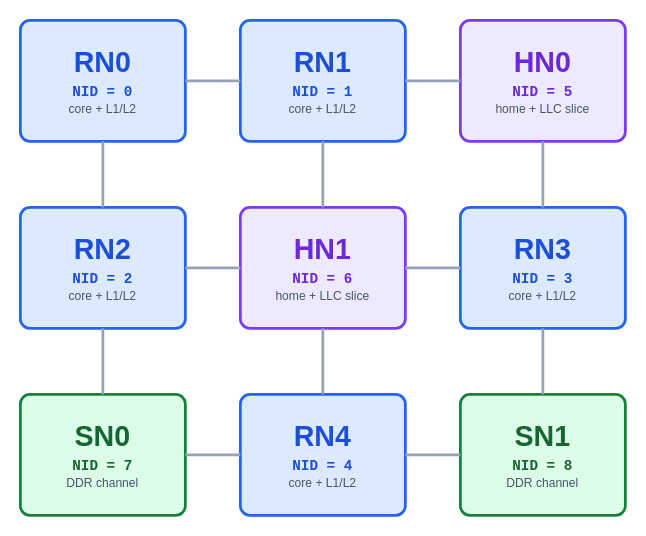
The draw.io diagram ruby-book/resources/chi_network_layer.drawio in ripopov/gem5, before the edit. Source tidied: cells renumbered, new cells numbered last; positions are measured from the earlier drawing's top-left corner, leaving out a move shared by most shapes. Both pictures are drawn from the tidied source at 110%, with x=0, y=0 at pixel (20, 20).
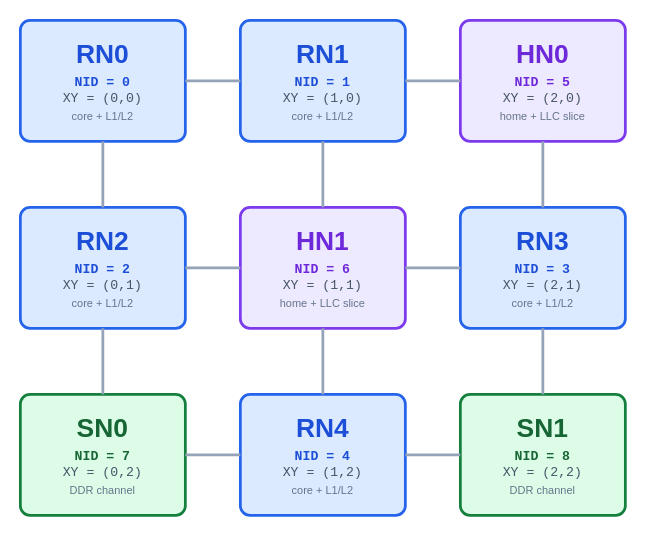
The same page after the edit.

What changed in the source:
```diff
@@
-    <mxCell id="2" value="&lt;b style=&quot;font-size:26px&quot;&gt;RN0&lt;/b&gt;&lt;div style=&quot;font-family:monospace;font-size:13px;color:#1d4ed8;font-weight:bold;margin-top:4px&quot;&gt;NID = 0&lt;/div&gt;&lt;div style=&quot;font-size:11px;font-weight:normal;color:#475569;margin-top:2px&quot;&gt;core + L1/L2&lt;/div&gt;" style="rounded=1;whiteSpace=wrap;html=1;fillColor=#DBEAFE;strokeColor=#2563eb;strokeWidth=2.5;verticalAlign=middle;fontSize=14;fontColor=#1d4ed8;arcSize=8;" parent="1" vertex="1">
+    <mxCell id="2" value="&lt;b style=&quot;font-size:24px&quot;&gt;RN0&lt;/b&gt;&lt;div style=&quot;font-family:monospace;font-size:12px;color:#1d4ed8;font-weight:bold;margin-top:4px&quot;&gt;NID = 0&lt;/div&gt;&lt;div style=&quot;font-family:monospace;font-size:12px;color:#475569;margin-top:1px&quot;&gt;XY = (0,0)&lt;/div&gt;&lt;div style=&quot;font-size:10px;font-weight:normal;color:#64748b;margin-top:3px&quot;&gt;core + L1/L2&lt;/div&gt;" style="rounded=1;whiteSpace=wrap;html=1;fillColor=#DBEAFE;strokeColor=#2563eb;strokeWidth=2.5;verticalAlign=middle;fontSize=14;fontColor=#1d4ed8;arcSize=8;" parent="1" vertex="1">
       <mxGeometry width="150" height="110" as="geometry" />
     </mxCell>
-    <mxCell id="3" value="&lt;b style=&quot;font-size:26px&quot;&gt;RN1&lt;/b&gt;&lt;div style=&quot;font-family:monospace;font-size:13px;color:#1d4ed8;font-weight:bold;margin-top:4px&quot;&gt;NID = 1&lt;/div&gt;&lt;div style=&quot;font-size:11px;font-weight:normal;color:#475569;margin-top:2px&quot;&gt;core + L1/L2&lt;/div&gt;" style="rounded=1;whiteSpace=wrap;html=1;fillColor=#DBEAFE;strokeColor=#2563eb;strokeWidth=2.5;verticalAlign=middle;fontSize=14;fontColor=#1d4ed8;arcSize=8;" parent="1" vertex="1">
+    <mxCell id="3" value="&lt;b style=&quot;font-size:24px&quot;&gt;RN1&lt;/b&gt;&lt;div style=&quot;font-family:monospace;font-size:12px;color:#1d4ed8;font-weight:bold;margin-top:4px&quot;&gt;NID = 1&lt;/div&gt;&lt;div style=&quot;font-family:monospace;font-size:12px;color:#475569;margin-top:1px&quot;&gt;XY = (1,0)&lt;/div&gt;&lt;div style=&quot;font-size:10px;font-weight:normal;color:#64748b;margin-top:3px&quot;&gt;core + L1/L2&lt;/div&gt;" style="rounded=1;whiteSpace=wrap;html=1;fillColor=#DBEAFE;strokeColor=#2563eb;strokeWidth=2.5;verticalAlign=middle;fontSize=14;fontColor=#1d4ed8;arcSize=8;" parent="1" vertex="1">
       <mxGeometry x="200" width="150" height="110" as="geometry" />
     </mxCell>
-    <mxCell id="4" value="&lt;b style=&quot;font-size:26px&quot;&gt;HN0&lt;/b&gt;&lt;div style=&quot;font-family:monospace;font-size:13px;color:#6d28d9;font-weight:bold;margin-top:4px&quot;&gt;NID = 5&lt;/div&gt;&lt;div style=&quot;font-size:11px;font-weight:normal;color:#475569;margin-top:2px&quot;&gt;home + LLC slice&lt;/div&gt;" style="rounded=1;whiteSpace=wrap;html=1;fillColor=#EDE9FE;strokeColor=#7c3aed;strokeWidth=2.5;verticalAlign=middle;fontSize=14;fontColor=#6d28d9;arcSize=8;" parent="1" vertex="1">
+    <mxCell id="4" value="&lt;b style=&quot;font-size:24px&quot;&gt;HN0&lt;/b&gt;&lt;div style=&quot;font-family:monospace;font-size:12px;color:#6d28d9;font-weight:bold;margin-top:4px&quot;&gt;NID = 5&lt;/div&gt;&lt;div style=&quot;font-family:monospace;font-size:12px;color:#475569;margin-top:1px&quot;&gt;XY = (2,0)&lt;/div&gt;&lt;div style=&quot;font-size:10px;font-weight:normal;color:#64748b;margin-top:3px&quot;&gt;home + LLC slice&lt;/div&gt;" style="rounded=1;whiteSpace=wrap;html=1;fillColor=#EDE9FE;strokeColor=#7c3aed;strokeWidth=2.5;verticalAlign=middle;fontSize=14;fontColor=#6d28d9;arcSize=8;" parent="1" vertex="1">
       <mxGeometry x="400" width="150" height="110" as="geometry" />
     </mxCell>
-    <mxCell id="5" value="&lt;b style=&quot;font-size:26px&quot;&gt;RN2&lt;/b&gt;&lt;div style=&quot;font-family:monospace;font-size:13px;color:#1d4ed8;font-weight:bold;margin-top:4px&quot;&gt;NID = 2&lt;/div&gt;&lt;div style=&quot;font-size:11px;font-weight:normal;color:#475569;margin-top:2px&quot;&gt;core + L1/L2&lt;/div&gt;" style="rounded=1;whiteSpace=wrap;html=1;fillColor=#DBEAFE;strokeColor=#2563eb;strokeWidth=2.5;verticalAlign=middle;fontSize=14;fontColor=#1d4ed8;arcSize=8;" parent="1" vertex="1">
+    <mxCell id="5" value="&lt;b style=&quot;font-size:24px&quot;&gt;RN2&lt;/b&gt;&lt;div style=&quot;font-family:monospace;font-size:12px;color:#1d4ed8;font-weight:bold;margin-top:4px&quot;&gt;NID = 2&lt;/div&gt;&lt;div style=&quot;font-family:monospace;font-size:12px;color:#475569;margin-top:1px&quot;&gt;XY = (0,1)&lt;/div&gt;&lt;div style=&quot;font-size:10px;font-weight:normal;color:#64748b;margin-top:3px&quot;&gt;core + L1/L2&lt;/div&gt;" style="rounded=1;whiteSpace=wrap;html=1;fillColor=#DBEAFE;strokeColor=#2563eb;strokeWidth=2.5;verticalAlign=middle;fontSize=14;fontColor=#1d4ed8;arcSize=8;" parent="1" vertex="1">
       <mxGeometry y="170" width="150" height="110" as="geometry" />
     </mxCell>
-    <mxCell id="6" value="&lt;b style=&quot;font-size:26px&quot;&gt;HN1&lt;/b&gt;&lt;div style=&quot;font-family:monospace;font-size:13px;color:#6d28d9;font-weight:bold;margin-top:4px&quot;&gt;NID = 6&lt;/div&gt;&lt;div style=&quot;font-size:11px;font-weight:normal;color:#475569;margin-top:2px&quot;&gt;home + LLC slice&lt;/div&gt;" style="rounded=1;whiteSpace=wrap;html=1;fillColor=#EDE9FE;strokeColor=#7c3aed;strokeWidth=2.5;verticalAlign=middle;fontSize=14;fontColor=#6d28d9;arcSize=8;" parent="1" vertex="1">
+    <mxCell id="6" value="&lt;b style=&quot;font-size:24px&quot;&gt;HN1&lt;/b&gt;&lt;div style=&quot;font-family:monospace;font-size:12px;color:#6d28d9;font-weight:bold;margin-top:4px&quot;&gt;NID = 6&lt;/div&gt;&lt;div style=&quot;font-family:monospace;font-size:12px;color:#475569;margin-top:1px&quot;&gt;XY = (1,1)&lt;/div&gt;&lt;div style=&quot;font-size:10px;font-weight:normal;color:#64748b;margin-top:3px&quot;&gt;home + LLC slice&lt;/div&gt;" style="rounded=1;whiteSpace=wrap;html=1;fillColor=#EDE9FE;strokeColor=#7c3aed;strokeWidth=2.5;verticalAlign=middle;fontSize=14;fontColor=#6d28d9;arcSize=8;" parent="1" vertex="1">
       <mxGeometry x="200" y="170" width="150" height="110" as="geometry" />
     </mxCell>
-    <mxCell id="7" value="&lt;b style=&quot;font-size:26px&quot;&gt;RN3&lt;/b&gt;&lt;div style=&quot;font-family:monospace;font-size:13px;color:#1d4ed8;font-weight:bold;margin-top:4px&quot;&gt;NID = 3&lt;/div&gt;&lt;div style=&quot;font-size:11px;font-weight:normal;color:#475569;margin-top:2px&quot;&gt;core + L1/L2&lt;/div&gt;" style="rounded=1;whiteSpace=wrap;html=1;fillColor=#DBEAFE;strokeColor=#2563eb;strokeWidth=2.5;verticalAlign=middle;fontSize=14;fontColor=#1d4ed8;arcSize=8;" parent="1" vertex="1">
+    <mxCell id="7" value="&lt;b style=&quot;font-size:24px&quot;&gt;RN3&lt;/b&gt;&lt;div style=&quot;font-family:monospace;font-size:12px;color:#1d4ed8;font-weight:bold;margin-top:4px&quot;&gt;NID = 3&lt;/div&gt;&lt;div style=&quot;font-family:monospace;font-size:12px;color:#475569;margin-top:1px&quot;&gt;XY = (2,1)&lt;/div&gt;&lt;div style=&quot;font-size:10px;font-weight:normal;color:#64748b;margin-top:3px&quot;&gt;core + L1/L2&lt;/div&gt;" style="rounded=1;whiteSpace=wrap;html=1;fillColor=#DBEAFE;strokeColor=#2563eb;strokeWidth=2.5;verticalAlign=middle;fontSize=14;fontColor=#1d4ed8;arcSize=8;" parent="1" vertex="1">
       <mxGeometry x="400" y="170" width="150" height="110" as="geometry" />
     </mxCell>
-    <mxCell id="8" value="&lt;b style=&quot;font-size:26px&quot;&gt;SN0&lt;/b&gt;&lt;div style=&quot;font-family:monospace;font-size:13px;color:#166534;font-weight:bold;margin-top:4px&quot;&gt;NID = 7&lt;/div&gt;&lt;div style=&quot;font-size:11px;font-weight:normal;color:#475569;margin-top:2px&quot;&gt;DDR channel&lt;/div&gt;" style="rounded=1;whiteSpace=wrap;html=1;fillColor=#DCFCE7;strokeColor=#15803d;strokeWidth=2.5;verticalAlign=middle;fontSize=14;fontColor=#166534;arcSize=8;" parent="1" vertex="1">
+    <mxCell id="8" value="&lt;b style=&quot;font-size:24px&quot;&gt;SN0&lt;/b&gt;&lt;div style=&quot;font-family:monospace;font-size:12px;color:#166534;font-weight:bold;margin-top:4px&quot;&gt;NID = 7&lt;/div&gt;&lt;div style=&quot;font-family:monospace;font-size:12px;color:#475569;margin-top:1px&quot;&gt;XY = (0,2)&lt;/div&gt;&lt;div style=&quot;font-size:10px;font-weight:normal;color:#64748b;margin-top:3px&quot;&gt;DDR channel&lt;/div&gt;" style="rounded=1;whiteSpace=wrap;html=1;fillColor=#DCFCE7;strokeColor=#15803d;strokeWidth=2.5;verticalAlign=middle;fontSize=14;fontColor=#166534;arcSize=8;" parent="1" vertex="1">
       <mxGeometry y="340" width="150" height="110" as="geometry" />
     </mxCell>
-    <mxCell id="9" value="&lt;b style=&quot;font-size:26px&quot;&gt;RN4&lt;/b&gt;&lt;div style=&quot;font-family:monospace;font-size:13px;color:#1d4ed8;font-weight:bold;margin-top:4px&quot;&gt;NID = 4&lt;/div&gt;&lt;div style=&quot;font-size:11px;font-weight:normal;color:#475569;margin-top:2px&quot;&gt;core + L1/L2&lt;/div&gt;" style="rounded=1;whiteSpace=wrap;html=1;fillColor=#DBEAFE;strokeColor=#2563eb;strokeWidth=2.5;verticalAlign=middle;fontSize=14;fontColor=#1d4ed8;arcSize=8;" parent="1" vertex="1">
+    <mxCell id="9" value="&lt;b style=&quot;font-size:24px&quot;&gt;RN4&lt;/b&gt;&lt;div style=&quot;font-family:monospace;font-size:12px;color:#1d4ed8;font-weight:bold;margin-top:4px&quot;&gt;NID = 4&lt;/div&gt;&lt;div style=&quot;font-family:monospace;font-size:12px;color:#475569;margin-top:1px&quot;&gt;XY = (1,2)&lt;/div&gt;&lt;div style=&quot;font-size:10px;font-weight:normal;color:#64748b;margin-top:3px&quot;&gt;core + L1/L2&lt;/div&gt;" style="rounded=1;whiteSpace=wrap;html=1;fillColor=#DBEAFE;strokeColor=#2563eb;strokeWidth=2.5;verticalAlign=middle;fontSize=14;fontColor=#1d4ed8;arcSize=8;" parent="1" vertex="1">
       <mxGeometry x="200" y="340" width="150" height="110" as="geometry" />
     </mxCell>
-    <mxCell id="10" value="&lt;b style=&quot;font-size:26px&quot;&gt;SN1&lt;/b&gt;&lt;div style=&quot;font-family:monospace;font-size:13px;color:#166534;font-weight:bold;margin-top:4px&quot;&gt;NID = 8&lt;/div&gt;&lt;div style=&quot;font-size:11px;font-weight:normal;color:#475569;margin-top:2px&quot;&gt;DDR channel&lt;/div&gt;" style="rounded=1;whiteSpace=wrap;html=1;fillColor=#DCFCE7;strokeColor=#15803d;strokeWidth=2.5;verticalAlign=middle;fontSize=14;fontColor=#166534;arcSize=8;" parent="1" vertex="1">
+    <mxCell id="10" value="&lt;b style=&quot;font-size:24px&quot;&gt;SN1&lt;/b&gt;&lt;div style=&quot;font-family:monospace;font-size:12px;color:#166534;font-weight:bold;margin-top:4px&quot;&gt;NID = 8&lt;/div&gt;&lt;div style=&quot;font-family:monospace;font-size:12px;color:#475569;margin-top:1px&quot;&gt;XY = (2,2)&lt;/div&gt;&lt;div style=&quot;font-size:10px;font-weight:normal;color:#64748b;margin-top:3px&quot;&gt;DDR channel&lt;/div&gt;" style="rounded=1;whiteSpace=wrap;html=1;fillColor=#DCFCE7;strokeColor=#15803d;strokeWidth=2.5;verticalAlign=middle;fontSize=14;fontColor=#166534;arcSize=8;" parent="1" vertex="1">
       <mxGeometry x="400" y="340" width="150" height="110" as="geometry" />
     </mxCell>
```
